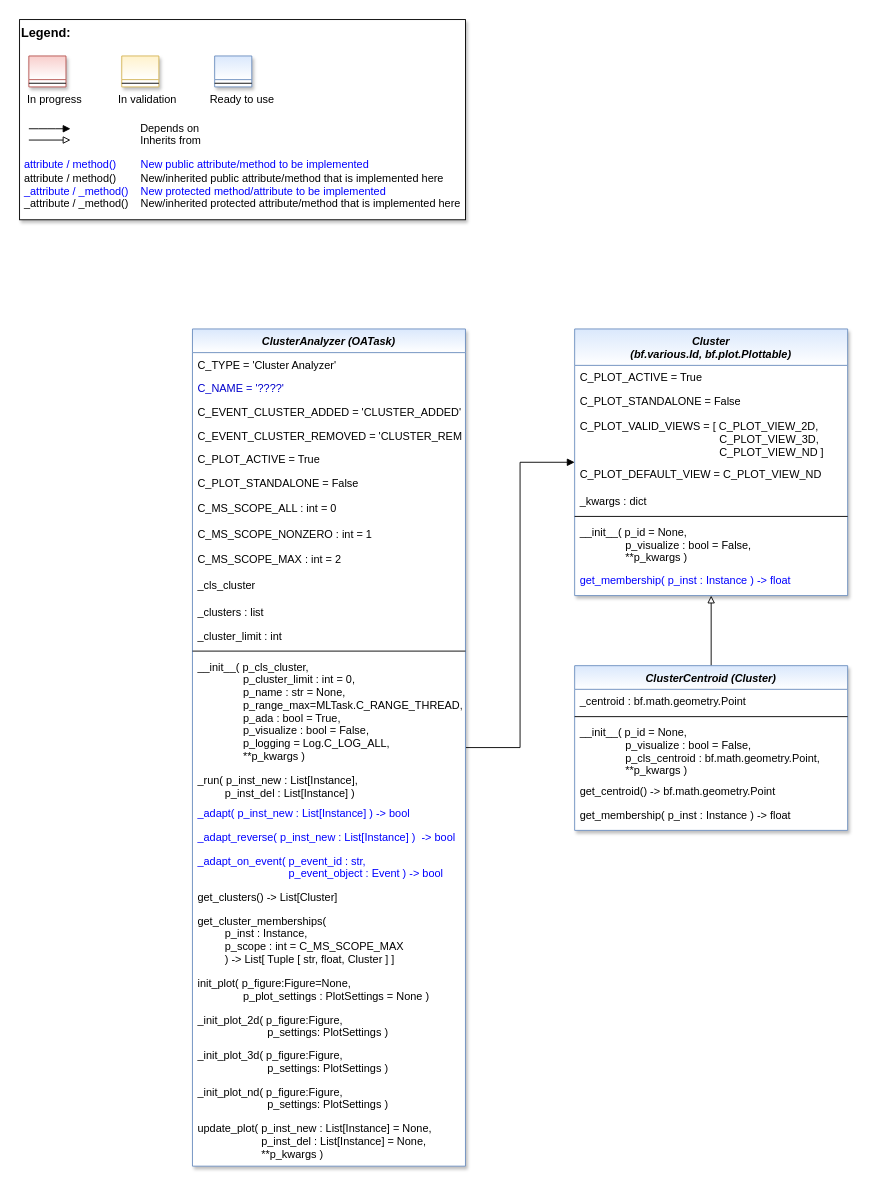
This is doc/rtd/content/04_appendices/appendix2/sub/core/mlpro_oa/streams/tasks/images/MLPro-OA-Cluster_Analyzers_class_diagram.drawio from fhswf/MLPro, a draw.io file, before an edit. Source tidied: cells renumbered, new cells numbered last; positions are measured from the earlier drawing's top-left corner, leaving out a move shared by most shapes. Both pictures are drawn from the tidied source at 91%, with x=0, y=0 at pixel (19, 19).
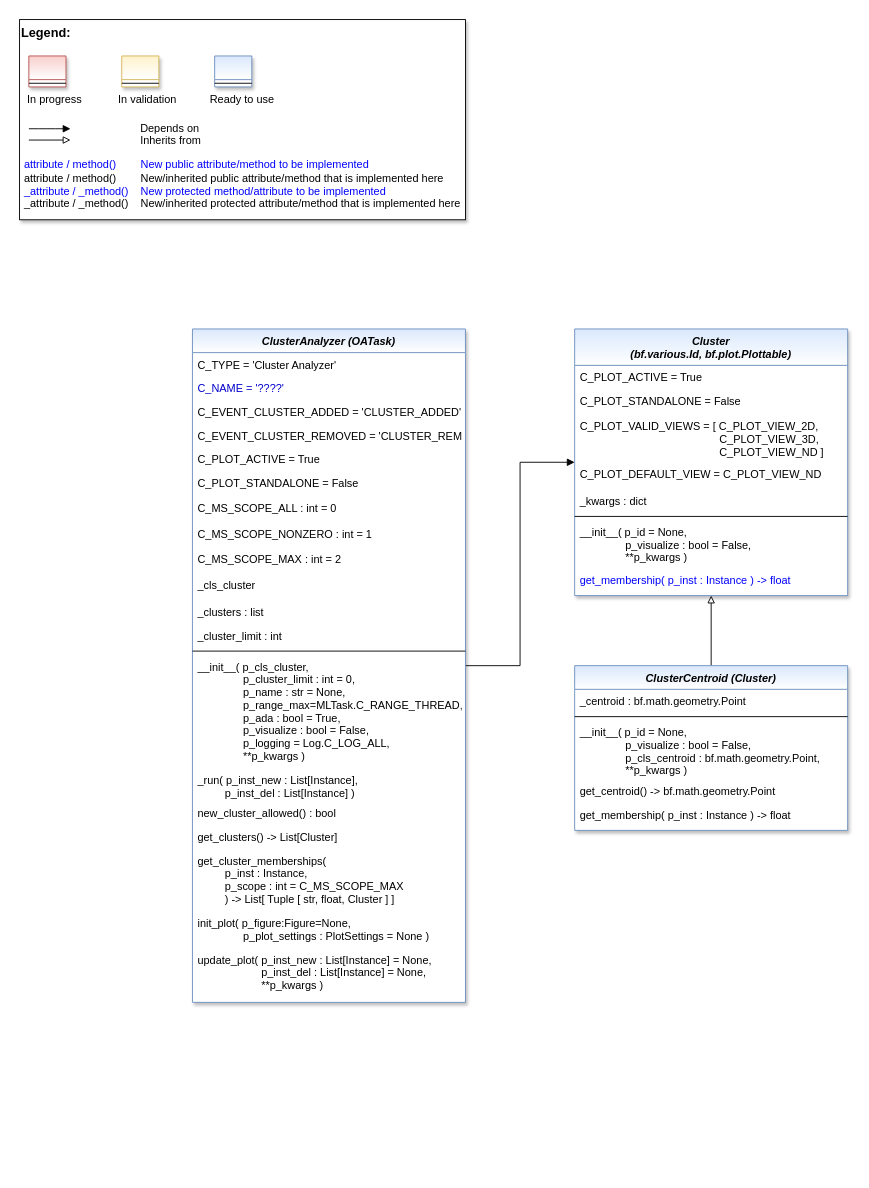
Above is the later version.

Commit message (it also covers changes not shown here):
OA-Task: Templates for Cluster Analyzers #589

What changed in the source:
```diff
@@
     <mxCell id="13" value="ClusterAnalyzer (OATask)" style="swimlane;fontStyle=3;align=center;verticalAlign=top;horizontal=1;startSize=26;rounded=0;shadow=1;strokeWidth=1;fillColor=#dae8fc;strokeColor=#6c8ebf;swimlaneFillColor=#ffffff;gradientColor=#FFFFFF;" parent="1" vertex="1">
-      <mxGeometry x="190" y="340" width="300" height="920" as="geometry" />
+      <mxGeometry x="190" y="340" width="300" height="740" as="geometry" />
     </mxCell>
@@
-    <mxCell id="29" value="_adapt( p_inst_new : List[Instance] ) -&gt; bool" style="text;align=left;verticalAlign=top;spacingLeft=4;spacingRight=4;overflow=hidden;fontColor=#0000FF;fillColor=none;" parent="13" vertex="1">
-      <mxGeometry y="519" width="300" height="26" as="geometry" />
-    </mxCell>
-    <mxCell id="30" value="_adapt_reverse( p_inst_new : List[Instance] )  -&gt; bool" style="text;align=left;verticalAlign=top;spacingLeft=4;spacingRight=4;overflow=hidden;fontColor=#0000FF;fillColor=none;" parent="13" vertex="1">
-      <mxGeometry y="545" width="300" height="26" as="geometry" />
-    </mxCell>
-    <mxCell id="31" value="_adapt_on_event( p_event_id : str,&#10;                              p_event_object : Event ) -&gt; bool" style="text;align=left;verticalAlign=top;spacingLeft=4;spacingRight=4;overflow=hidden;fontColor=#0000FF;fillColor=none;" parent="13" vertex="1">
-      <mxGeometry y="571" width="300" height="40" as="geometry" />
-    </mxCell>
+    <mxCell id="55" value="new_cluster_allowed() : bool" style="text;align=left;verticalAlign=top;spacingLeft=4;spacingRight=4;overflow=hidden;fontColor=default;" parent="13" vertex="1">
+      <mxGeometry y="519" width="300" height="26" as="geometry" />
+    </mxCell>
     <mxCell id="32" value="get_clusters() -&gt; List[Cluster]" style="text;align=left;verticalAlign=top;spacingLeft=4;spacingRight=4;overflow=hidden;fontColor=default;" parent="13" vertex="1">
-      <mxGeometry y="611" width="300" height="26" as="geometry" />
+      <mxGeometry y="545" width="300" height="26" as="geometry" />
     </mxCell>
     <mxCell id="33" value="get_cluster_memberships( &#10;         p_inst : Instance,&#10;         p_scope : int = C_MS_SCOPE_MAX&#10;         ) -&gt; List[ Tuple [ str, float, Cluster ] ]" style="text;align=left;verticalAlign=top;spacingLeft=4;spacingRight=4;overflow=hidden;fontColor=default;" parent="13" vertex="1">
-      <mxGeometry y="637" width="300" height="69" as="geometry" />
+      <mxGeometry y="571" width="300" height="69" as="geometry" />
     </mxCell>
     <mxCell id="34" value="init_plot( p_figure:Figure=None, &#10;               p_plot_settings : PlotSettings = None )" style="text;align=left;verticalAlign=top;spacingLeft=4;spacingRight=4;overflow=hidden;fontColor=default;" parent="13" vertex="1">
-      <mxGeometry y="706" width="300" height="40" as="geometry" />
+      <mxGeometry y="640" width="300" height="40" as="geometry" />
     </mxCell>
-    <mxCell id="35" value="_init_plot_2d( p_figure:Figure, &#10;                       p_settings: PlotSettings )" style="text;align=left;verticalAlign=top;spacingLeft=4;spacingRight=4;overflow=hidden;fontColor=default;" parent="13" vertex="1">
-      <mxGeometry y="746" width="300" height="39" as="geometry" />
-    </mxCell>
-    <mxCell id="36" value="_init_plot_3d( p_figure:Figure, &#10;                       p_settings: PlotSettings )" style="text;align=left;verticalAlign=top;spacingLeft=4;spacingRight=4;overflow=hidden;fontColor=default;" parent="13" vertex="1">
-      <mxGeometry y="785" width="300" height="40" as="geometry" />
-    </mxCell>
-    <mxCell id="37" value="_init_plot_nd( p_figure:Figure, &#10;                       p_settings: PlotSettings )" style="text;align=left;verticalAlign=top;spacingLeft=4;spacingRight=4;overflow=hidden;fontColor=default;" parent="13" vertex="1">
-      <mxGeometry y="825" width="300" height="40" as="geometry" />
-    </mxCell>
     <mxCell id="38" value="update_plot( p_inst_new : List[Instance] = None, &#10;                     p_inst_del : List[Instance] = None,&#10;                     **p_kwargs )" style="text;align=left;verticalAlign=top;spacingLeft=4;spacingRight=4;overflow=hidden;fontColor=default;" parent="13" vertex="1">
-      <mxGeometry y="865" width="300" height="52" as="geometry" />
+      <mxGeometry y="680" width="300" height="52" as="geometry" />
     </mxCell>
```
